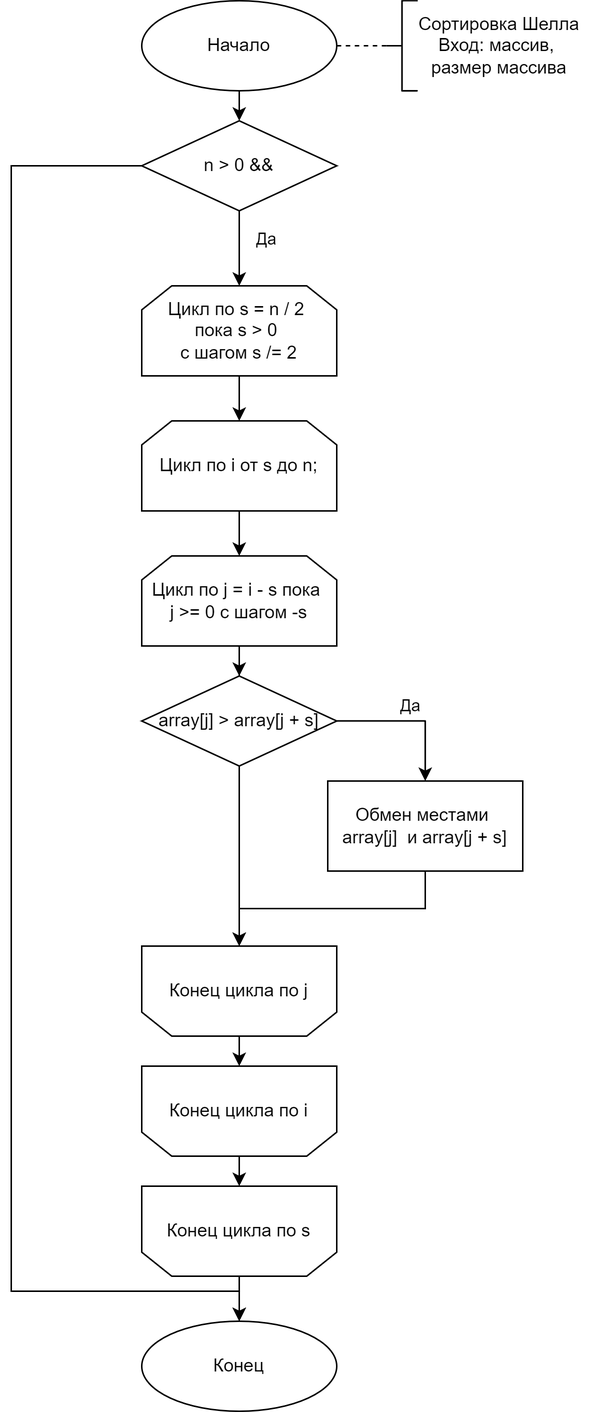
Above: lab_03/docs/img/shell.png in Mansurow/bmstu-iu7-5sem-AA (draw.io), before the change. Source tidied: cells renumbered, new cells last; positions are measured from the earlier drawing's top-left corner, leaving out a move shared by most shapes. The source it was exported from:
```xml
<mxGraphModel>
  <root>
    <mxCell id="0" />
    <mxCell id="1" parent="0" />
    <mxCell id="2" style="edgeStyle=orthogonalEdgeStyle;rounded=0;jettySize=auto;html=1;exitX=0.5;exitY=1;exitDx=0;exitDy=0;exitPerimeter=0;entryX=0.5;entryY=0;entryDx=0;entryDy=0;entryPerimeter=0;" parent="1" edge="1" source="3" target="28">
      <mxGeometry relative="1" as="geometry" />
    </mxCell>
    <mxCell id="3" value="Начало" style="strokeWidth=1;html=1;shape=mxgraph.flowchart.start_1;whiteSpace=wrap;" parent="1" vertex="1">
      <mxGeometry x="87" width="130" height="60" as="geometry" />
    </mxCell>
    <mxCell id="4" style="edgeStyle=orthogonalEdgeStyle;rounded=0;jettySize=auto;html=1;exitX=0.5;exitY=1;exitDx=0;exitDy=0;entryX=0.5;entryY=0;entryDx=0;entryDy=0;" parent="1" edge="1" source="5" target="9">
      <mxGeometry relative="1" as="geometry" />
    </mxCell>
    <mxCell id="5" value="Цикл по s = n / 2 &lt;br&gt;пока s &amp;gt; 0 &lt;br&gt;с шагом s /= 2" style="shape=loopLimit;whiteSpace=wrap;html=1;" parent="1" vertex="1">
      <mxGeometry x="87" y="190" width="130" height="60" as="geometry" />
    </mxCell>
    <mxCell id="6" style="edgeStyle=orthogonalEdgeStyle;rounded=0;jettySize=auto;html=1;exitX=0.5;exitY=1;exitDx=0;exitDy=0;" parent="1" edge="1" source="7" target="21">
      <mxGeometry relative="1" as="geometry" />
    </mxCell>
    <mxCell id="7" value="Конец цикла по s" style="shape=loopLimit;whiteSpace=wrap;html=1;flipV=1;" parent="1" vertex="1">
      <mxGeometry x="87" y="790" width="130" height="60" as="geometry" />
    </mxCell>
    <mxCell id="8" style="edgeStyle=orthogonalEdgeStyle;rounded=0;jettySize=auto;html=1;exitX=0.5;exitY=1;exitDx=0;exitDy=0;entryX=0.5;entryY=0;entryDx=0;entryDy=0;" parent="1" edge="1" source="9" target="13">
      <mxGeometry relative="1" as="geometry" />
    </mxCell>
    <mxCell id="9" value="Цикл по i от s до n;&lt;span style=&quot;color: rgba(0, 0, 0, 0); font-family: monospace; font-size: 0px; text-align: start;&quot;&gt;%3CmxGraphModel%3E%3Croot%3E%3CmxCell%20id%3D%220%22%2F%3E%3CmxCell%20id%3D%221%22%20parent%3D%220%22%2F%3E%3CmxCell%20id%3D%222%22%20value%3D%22s%20%3D%20n%20%2F%202%3B%20s%20%26amp%3Bgt%3B%200%22%20style%3D%22shape%3DloopLimit%3BwhiteSpace%3Dwrap%3Bhtml%3D1%3B%22%20vertex%3D%221%22%20parent%3D%221%22%3E%3CmxGeometry%20x%3D%22290%22%20y%3D%22180%22%20width%3D%22130%22%20height%3D%2260%22%20as%3D%22geometry%22%2F%3E%3C%2FmxCell%3E%3C%2Froot%3E%3C%2FmxGraphModel%3E&lt;/span&gt;" style="shape=loopLimit;whiteSpace=wrap;html=1;" parent="1" vertex="1">
      <mxGeometry x="87" y="280" width="130" height="60" as="geometry" />
    </mxCell>
    <mxCell id="10" style="edgeStyle=orthogonalEdgeStyle;rounded=0;jettySize=auto;html=1;exitX=0.5;exitY=1;exitDx=0;exitDy=0;entryX=0.5;entryY=0;entryDx=0;entryDy=0;" parent="1" edge="1" source="11" target="7">
      <mxGeometry relative="1" as="geometry" />
    </mxCell>
    <mxCell id="11" value="Конец цикла по i" style="shape=loopLimit;whiteSpace=wrap;html=1;flipV=1;" parent="1" vertex="1">
      <mxGeometry x="87" y="710" width="130" height="60" as="geometry" />
    </mxCell>
    <mxCell id="12" style="edgeStyle=orthogonalEdgeStyle;rounded=0;jettySize=auto;html=1;exitX=0.5;exitY=1;exitDx=0;exitDy=0;" parent="1" edge="1" source="13" target="19">
      <mxGeometry relative="1" as="geometry" />
    </mxCell>
    <mxCell id="13" value="Цикл по j = i - s пока &lt;br&gt;j &amp;gt;= 0 c шагом -s" style="shape=loopLimit;whiteSpace=wrap;html=1;" parent="1" vertex="1">
      <mxGeometry x="87" y="370" width="130" height="60" as="geometry" />
    </mxCell>
    <mxCell id="14" style="edgeStyle=orthogonalEdgeStyle;rounded=0;jettySize=auto;html=1;exitX=0.5;exitY=1;exitDx=0;exitDy=0;entryX=0.5;entryY=0;entryDx=0;entryDy=0;" parent="1" edge="1" source="15" target="11">
      <mxGeometry relative="1" as="geometry" />
    </mxCell>
    <mxCell id="15" value="Конец цикла по j" style="shape=loopLimit;whiteSpace=wrap;html=1;flipV=1;" parent="1" vertex="1">
      <mxGeometry x="87" y="630" width="130" height="60" as="geometry" />
    </mxCell>
    <mxCell id="16" style="edgeStyle=orthogonalEdgeStyle;rounded=0;jettySize=auto;html=1;exitX=1;exitY=0.5;exitDx=0;exitDy=0;exitPerimeter=0;entryX=0.5;entryY=0;entryDx=0;entryDy=0;" parent="1" edge="1" source="19" target="29">
      <mxGeometry relative="1" as="geometry" />
    </mxCell>
    <mxCell id="17" value="Да" style="edgeLabel;html=1;align=center;verticalAlign=middle;" parent="16" vertex="1">
      <mxGeometry x="-0.01" y="2" relative="1" as="geometry">
        <mxPoint y="-8" as="offset" />
      </mxGeometry>
    </mxCell>
    <mxCell id="18" style="edgeStyle=orthogonalEdgeStyle;rounded=0;jettySize=auto;html=1;exitX=0.5;exitY=1;exitDx=0;exitDy=0;exitPerimeter=0;" parent="1" edge="1" source="19" target="15">
      <mxGeometry relative="1" as="geometry" />
    </mxCell>
    <mxCell id="19" value="array[j] &amp;gt; array[j + s]" style="strokeWidth=1;html=1;shape=mxgraph.flowchart.decision;whiteSpace=wrap;" parent="1" vertex="1">
      <mxGeometry x="87" y="450" width="130" height="60" as="geometry" />
    </mxCell>
    <mxCell id="20" style="edgeStyle=orthogonalEdgeStyle;rounded=0;jettySize=auto;html=1;exitX=0.5;exitY=1;exitDx=0;exitDy=0;" parent="1" edge="1" source="29" target="15">
      <mxGeometry relative="1" as="geometry" />
    </mxCell>
    <mxCell id="21" value="Конец" style="strokeWidth=1;html=1;shape=mxgraph.flowchart.start_1;whiteSpace=wrap;" parent="1" vertex="1">
      <mxGeometry x="87" y="880" width="130" height="60" as="geometry" />
    </mxCell>
    <mxCell id="22" style="edgeStyle=orthogonalEdgeStyle;rounded=0;jettySize=auto;html=1;exitX=0;exitY=0.5;exitDx=0;exitDy=0;exitPerimeter=0;entryX=1;entryY=0.5;entryDx=0;entryDy=0;entryPerimeter=0;endArrow=none;endFill=0;dashed=1;" parent="1" edge="1" source="23" target="3">
      <mxGeometry relative="1" as="geometry" />
    </mxCell>
    <mxCell id="23" style="strokeWidth=1;html=1;shape=mxgraph.flowchart.annotation_2;align=left;labelPosition=right;rounded=0;" parent="1" vertex="1">
      <mxGeometry x="250" width="21" height="60" as="geometry" />
    </mxCell>
    <mxCell id="24" value="Сортировка Шелла&lt;br&gt;Вход: массив, &lt;br&gt;размер массива" style="text;html=1;align=center;verticalAlign=middle;strokeColor=none;fillColor=none;" parent="1" vertex="1">
      <mxGeometry x="260" width="130" height="60" as="geometry" />
    </mxCell>
    <mxCell id="25" style="edgeStyle=orthogonalEdgeStyle;rounded=0;jettySize=auto;html=1;exitX=0.5;exitY=1;exitDx=0;exitDy=0;exitPerimeter=0;" parent="1" edge="1" source="28" target="5">
      <mxGeometry relative="1" as="geometry" />
    </mxCell>
    <mxCell id="26" value="Да" style="edgeLabel;html=1;align=center;verticalAlign=middle;" parent="25" vertex="1">
      <mxGeometry x="-0.25" y="1" relative="1" as="geometry">
        <mxPoint x="17" as="offset" />
      </mxGeometry>
    </mxCell>
    <mxCell id="27" style="edgeStyle=orthogonalEdgeStyle;rounded=0;jettySize=auto;html=1;exitX=0;exitY=0.5;exitDx=0;exitDy=0;exitPerimeter=0;entryX=0.5;entryY=0;entryDx=0;entryDy=0;entryPerimeter=0;" parent="1" edge="1" source="28" target="21">
      <mxGeometry relative="1" as="geometry">
        <Array as="points">
          <mxPoint y="110" />
          <mxPoint y="860" />
          <mxPoint x="152" y="860" />
        </Array>
      </mxGeometry>
    </mxCell>
    <mxCell id="28" value="n &amp;gt; 0 &amp;amp;&amp;amp;&lt;br&gt;" style="strokeWidth=1;html=1;shape=mxgraph.flowchart.decision;whiteSpace=wrap;" parent="1" vertex="1">
      <mxGeometry x="87" y="80" width="130" height="60" as="geometry" />
    </mxCell>
    <mxCell id="29" value="Обмен местами&amp;nbsp;&lt;br&gt;array[j]&amp;nbsp; и array[j + s]" style="rounded=0;whiteSpace=wrap;html=1;absoluteArcSize=1;arcSize=14;strokeWidth=1;" parent="1" vertex="1">
      <mxGeometry x="211" y="520" width="130" height="60" as="geometry" />
    </mxCell>
  </root>
</mxGraphModel>
```
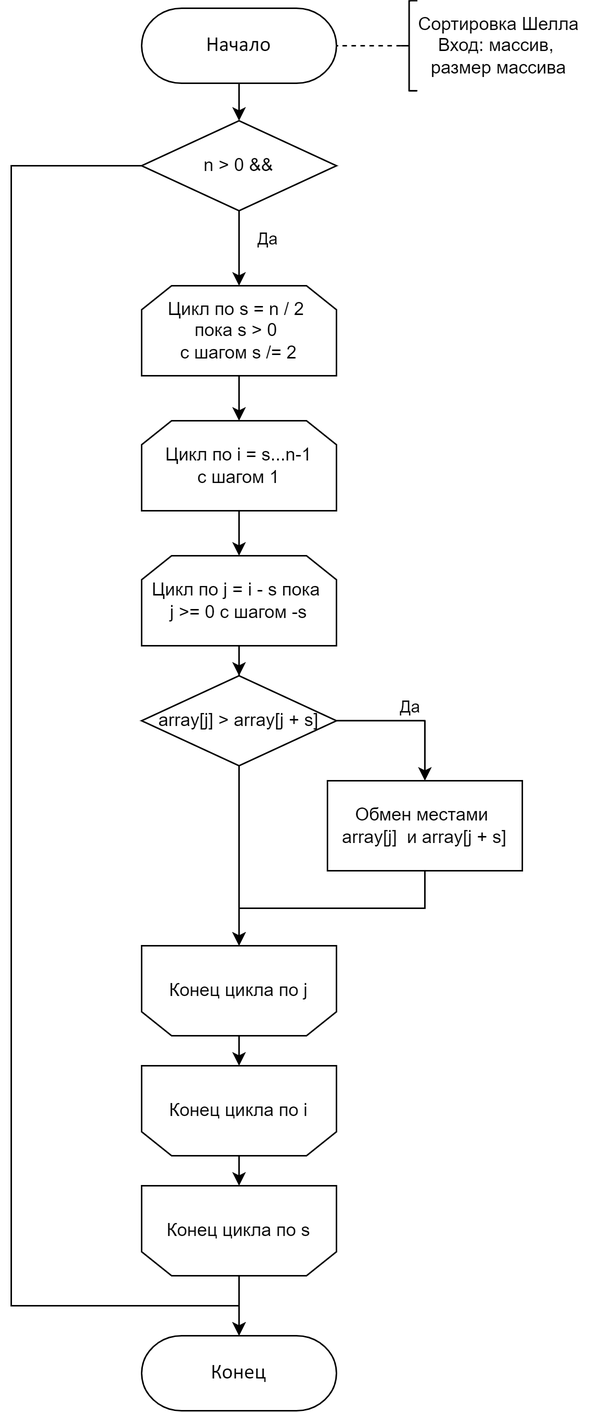
After the commit.

The edit, as a diff of the source:
```diff
@@ -2,12 +2,9 @@
   <root>
     <mxCell id="0" />
     <mxCell id="1" parent="0" />
-    <mxCell id="2" style="edgeStyle=orthogonalEdgeStyle;rounded=0;jettySize=auto;html=1;exitX=0.5;exitY=1;exitDx=0;exitDy=0;exitPerimeter=0;entryX=0.5;entryY=0;entryDx=0;entryDy=0;entryPerimeter=0;" parent="1" edge="1" source="3" target="28">
+    <mxCell id="2" style="edgeStyle=orthogonalEdgeStyle;rounded=0;jettySize=auto;html=1;entryX=0.5;entryY=0;entryDx=0;entryDy=0;entryPerimeter=0;" parent="1" edge="1" source="3" target="28">
       <mxGeometry relative="1" as="geometry" />
     </mxCell>
-    <mxCell id="3" value="Начало" style="strokeWidth=1;html=1;shape=mxgraph.flowchart.start_1;whiteSpace=wrap;" parent="1" vertex="1">
-      <mxGeometry x="87" width="130" height="60" as="geometry" />
-    </mxCell>
     <mxCell id="4" style="edgeStyle=orthogonalEdgeStyle;rounded=0;jettySize=auto;html=1;exitX=0.5;exitY=1;exitDx=0;exitDy=0;entryX=0.5;entryY=0;entryDx=0;entryDy=0;" parent="1" edge="1" source="5" target="9">
       <mxGeometry relative="1" as="geometry" />
     </mxCell>
@@ -23,7 +20,7 @@
     <mxCell id="8" style="edgeStyle=orthogonalEdgeStyle;rounded=0;jettySize=auto;html=1;exitX=0.5;exitY=1;exitDx=0;exitDy=0;entryX=0.5;entryY=0;entryDx=0;entryDy=0;" parent="1" edge="1" source="9" target="13">
       <mxGeometry relative="1" as="geometry" />
     </mxCell>
-    <mxCell id="9" value="Цикл по i от s до n;&lt;span style=&quot;color: rgba(0, 0, 0, 0); font-family: monospace; font-size: 0px; text-align: start;&quot;&gt;%3CmxGraphModel%3E%3Croot%3E%3CmxCell%20id%3D%220%22%2F%3E%3CmxCell%20id%3D%221%22%20parent%3D%220%22%2F%3E%3CmxCell%20id%3D%222%22%20value%3D%22s%20%3D%20n%20%2F%202%3B%20s%20%26amp%3Bgt%3B%200%22%20style%3D%22shape%3DloopLimit%3BwhiteSpace%3Dwrap%3Bhtml%3D1%3B%22%20vertex%3D%221%22%20parent%3D%221%22%3E%3CmxGeometry%20x%3D%22290%22%20y%3D%22180%22%20width%3D%22130%22%20height%3D%2260%22%20as%3D%22geometry%22%2F%3E%3C%2FmxCell%3E%3C%2Froot%3E%3C%2FmxGraphModel%3E&lt;/span&gt;" style="shape=loopLimit;whiteSpace=wrap;html=1;" parent="1" vertex="1">
+    <mxCell id="9" value="&lt;br&gt;Цикл по i = s...n-1&lt;br&gt;с шагом 1&lt;br&gt;&lt;div style=&quot;text-align: center;&quot;&gt;&lt;span style=&quot;color: rgba(0, 0, 0, 0); font-family: monospace; font-size: 0px; text-align: start; background-color: initial;&quot;&gt;%3CmxGraphModel%3E%3Croot%3E%3CmxCell%20id%3D%220%22%2F%3E%3CmxCell%20id%3D%221%22%20parent%3D%220%22%2F%3E%3CmxCell%20id%3D%222%22%20value%3D%22s%20%3D%20n%20%2F%202%3B%20s%20%26amp%3Bgt%3B%200%22%20style%3D%22shape%3DloopLimit%3BwhiteSpace%3Dwrap%3Bhtml%3D1%3B%22%20vertex%3D%221%22%20parent%3D%221%22%3E%3CmxGeometry%20x%3D%22290%22%20y%3D%22180%22%20width%3D%22130%22%20height%3D%2260%22%20as%3D%22geometry%22%2F%3E%3C%2FmxCell%3E%3C%2Froot%3E%3C%2FmxGraphModel%3&lt;/span&gt;&lt;/div&gt;" style="shape=loopLimit;whiteSpace=wrap;html=1;" parent="1" vertex="1">
       <mxGeometry x="87" y="280" width="130" height="60" as="geometry" />
     </mxCell>
     <mxCell id="10" style="edgeStyle=orthogonalEdgeStyle;rounded=0;jettySize=auto;html=1;exitX=0.5;exitY=1;exitDx=0;exitDy=0;entryX=0.5;entryY=0;entryDx=0;entryDy=0;" parent="1" edge="1" source="11" target="7">
@@ -61,14 +58,11 @@
     <mxCell id="20" style="edgeStyle=orthogonalEdgeStyle;rounded=0;jettySize=auto;html=1;exitX=0.5;exitY=1;exitDx=0;exitDy=0;" parent="1" edge="1" source="29" target="15">
       <mxGeometry relative="1" as="geometry" />
     </mxCell>
-    <mxCell id="21" value="Конец" style="strokeWidth=1;html=1;shape=mxgraph.flowchart.start_1;whiteSpace=wrap;" parent="1" vertex="1">
-      <mxGeometry x="87" y="880" width="130" height="60" as="geometry" />
-    </mxCell>
-    <mxCell id="22" style="edgeStyle=orthogonalEdgeStyle;rounded=0;jettySize=auto;html=1;exitX=0;exitY=0.5;exitDx=0;exitDy=0;exitPerimeter=0;entryX=1;entryY=0.5;entryDx=0;entryDy=0;entryPerimeter=0;endArrow=none;endFill=0;dashed=1;" parent="1" edge="1" source="23" target="3">
+    <mxCell id="22" style="edgeStyle=orthogonalEdgeStyle;rounded=0;jettySize=auto;html=1;exitX=0;exitY=0.5;exitDx=0;exitDy=0;exitPerimeter=0;endArrow=none;endFill=0;dashed=1;" parent="1" edge="1" source="23" target="3">
       <mxGeometry relative="1" as="geometry" />
     </mxCell>
     <mxCell id="23" style="strokeWidth=1;html=1;shape=mxgraph.flowchart.annotation_2;align=left;labelPosition=right;rounded=0;" parent="1" vertex="1">
-      <mxGeometry x="250" width="21" height="60" as="geometry" />
+      <mxGeometry x="260" width="11" height="60" as="geometry" />
     </mxCell>
     <mxCell id="24" value="Сортировка Шелла&lt;br&gt;Вход: массив, &lt;br&gt;размер массива" style="text;html=1;align=center;verticalAlign=middle;strokeColor=none;fillColor=none;" parent="1" vertex="1">
       <mxGeometry x="260" width="130" height="60" as="geometry" />
@@ -85,8 +79,8 @@
       <mxGeometry relative="1" as="geometry">
         <Array as="points">
           <mxPoint y="110" />
-          <mxPoint y="860" />
-          <mxPoint x="152" y="860" />
+          <mxPoint y="870" />
+          <mxPoint x="152" y="870" />
         </Array>
       </mxGeometry>
     </mxCell>
@@ -96,5 +90,11 @@
     <mxCell id="29" value="Обмен местами&amp;nbsp;&lt;br&gt;array[j]&amp;nbsp; и array[j + s]" style="rounded=0;whiteSpace=wrap;html=1;absoluteArcSize=1;arcSize=14;strokeWidth=1;" parent="1" vertex="1">
       <mxGeometry x="211" y="520" width="130" height="60" as="geometry" />
     </mxCell>
+    <mxCell id="3" value="&lt;div style=&quot;&quot;&gt;&lt;font style=&quot;font-family: Calibri; color: rgb(0, 0, 0); direction: ltr; letter-spacing: 0px; line-height: 120%; opacity: 1;&quot;&gt;&lt;font style=&quot;font-size: 14px;&quot;&gt;Начало&lt;/font&gt;&lt;br&gt;&lt;/font&gt;&lt;/div&gt;" style="verticalAlign=middle;align=center;vsdxID=1;fillColor=#FFFFFF;gradientColor=none;shape=(stored shape, 240 characters);strokeColor=#000000;spacingTop=-1;spacingBottom=-1;spacingLeft=-1;spacingRight=-1;points=[[0.5,0,0],[0.5,0.5,0],[1,0.5,0]];labelBackgroundColor=none;rounded=0;html=1;whiteSpace=wrap;" parent="1" vertex="1">
+      <mxGeometry x="87" y="5" width="130" height="50" as="geometry" />
+    </mxCell>
+    <mxCell id="21" value="&lt;div style=&quot;&quot;&gt;&lt;font face=&quot;Calibri&quot;&gt;&lt;span style=&quot;font-size: 14px;&quot;&gt;Конец&lt;/span&gt;&lt;/font&gt;&lt;/div&gt;" style="verticalAlign=middle;align=center;vsdxID=1;fillColor=#FFFFFF;gradientColor=none;shape=(stored shape, 240 characters);strokeColor=#000000;spacingTop=-1;spacingBottom=-1;spacingLeft=-1;spacingRight=-1;points=[[0.5,0,0],[0.5,0.5,0],[1,0.5,0]];labelBackgroundColor=none;rounded=0;html=1;whiteSpace=wrap;" parent="1" vertex="1">
+      <mxGeometry x="87" y="890" width="130" height="50" as="geometry" />
+    </mxCell>
   </root>
 </mxGraphModel>
```
